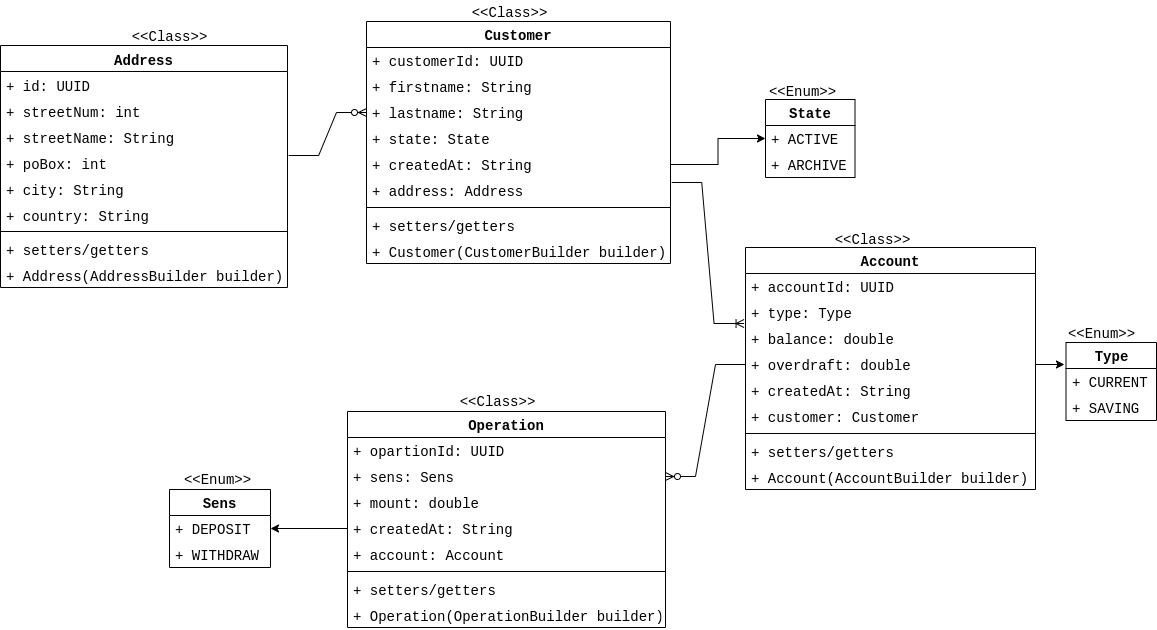
This is assets/exalt-bank-account-conception.png from placidenduwayo1/exalt-kata-fullstak-bank-account-application, a draw.io export, as it was before one commit. Source tidied: cells renumbered, new cells last; positions are measured from the earlier drawing's top-left corner, leaving out a move shared by most shapes.
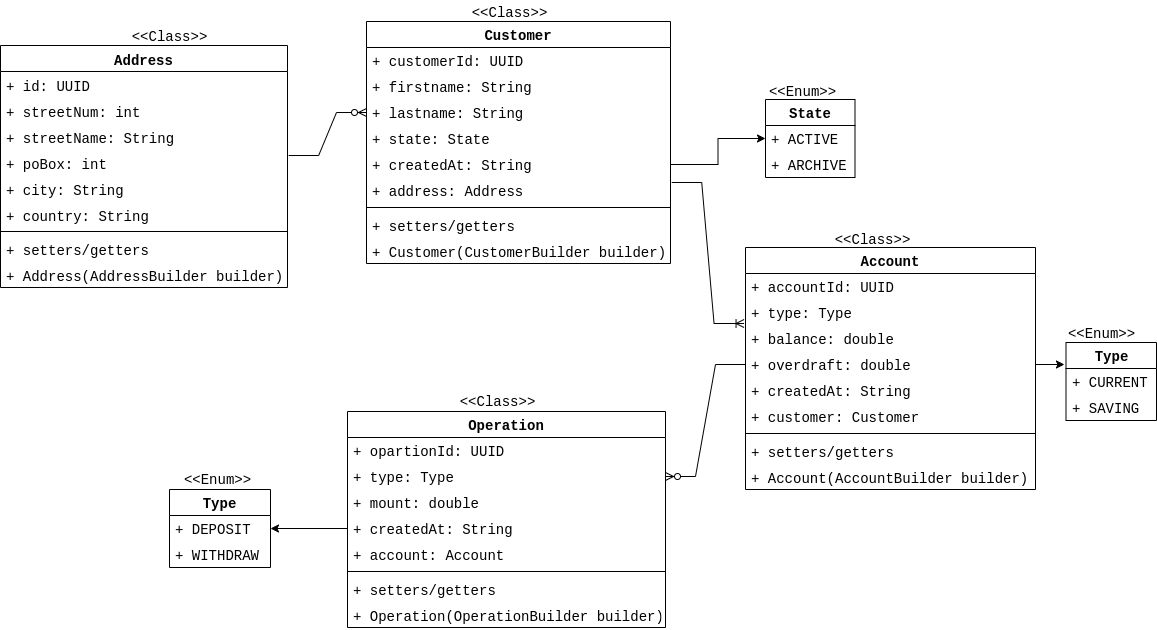
The same diagram one commit later.

Change to the diagram source:
```diff
@@ -104,7 +104,7 @@
     <mxCell id="35" value="+ opartionId: UUID" style="text;strokeColor=none;fillColor=none;align=left;verticalAlign=top;spacingLeft=4;spacingRight=4;overflow=hidden;whiteSpace=wrap;html=1;fontSize=14;fontFamily=Courier New;" parent="34" vertex="1">
       <mxGeometry y="26" width="318" height="26" as="geometry" />
     </mxCell>
-    <mxCell id="36" value="+ sens: Sens" style="text;strokeColor=none;fillColor=none;align=left;verticalAlign=top;spacingLeft=4;spacingRight=4;overflow=hidden;points=[[0,0.5],[1,0.5]];portConstraint=eastwest;whiteSpace=wrap;html=1;fontSize=14;fontFamily=Courier New;" parent="34" vertex="1">
+    <mxCell id="36" value="+ type: Type" style="text;strokeColor=none;fillColor=none;align=left;verticalAlign=top;spacingLeft=4;spacingRight=4;overflow=hidden;points=[[0,0.5],[1,0.5]];portConstraint=eastwest;whiteSpace=wrap;html=1;fontSize=14;fontFamily=Courier New;" parent="34" vertex="1">
       <mxGeometry y="52" width="318" height="26" as="geometry" />
     </mxCell>
     <mxCell id="37" value="+ mount: double" style="text;strokeColor=none;fillColor=none;align=left;verticalAlign=top;spacingLeft=4;spacingRight=4;overflow=hidden;whiteSpace=wrap;html=1;fontSize=14;fontFamily=Courier New;" parent="34" vertex="1">
@@ -152,7 +152,7 @@
     <mxCell id="51" style="edgeStyle=entityRelationEdgeStyle;fontSize=14;html=1;endArrow=ERzeroToMany;endFill=1;rounded=0;entryX=1;entryY=0.5;entryDx=0;entryDy=0;exitX=0;exitY=0.5;exitDx=0;exitDy=0;fontFamily=Courier New;" parent="1" edge="1" source="28" target="36">
       <mxGeometry relative="1" as="geometry" />
     </mxCell>
-    <mxCell id="52" value="Sens" style="swimlane;fontStyle=1;align=center;verticalAlign=top;horizontal=1;startSize=26;whiteSpace=wrap;html=1;fontSize=14;fontFamily=Courier New;" parent="1" vertex="1">
+    <mxCell id="52" value="Type" style="swimlane;fontStyle=1;align=center;verticalAlign=top;horizontal=1;startSize=26;whiteSpace=wrap;html=1;fontSize=14;fontFamily=Courier New;" parent="1" vertex="1">
       <mxGeometry x="169" y="489" width="101" height="78" as="geometry" />
     </mxCell>
     <mxCell id="53" value="+ DEPOSIT" style="text;strokeColor=none;fillColor=none;align=left;verticalAlign=top;spacingLeft=4;spacingRight=4;overflow=hidden;points=[[0,0.5],[1,0.5]];portConstraint=eastwest;whiteSpace=wrap;html=1;fontSize=14;fontFamily=Courier New;" parent="52" vertex="1">
```
